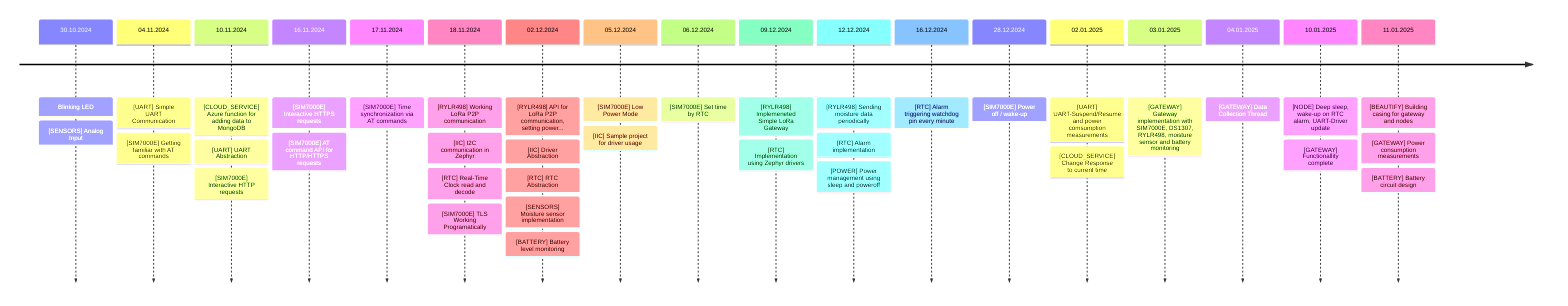
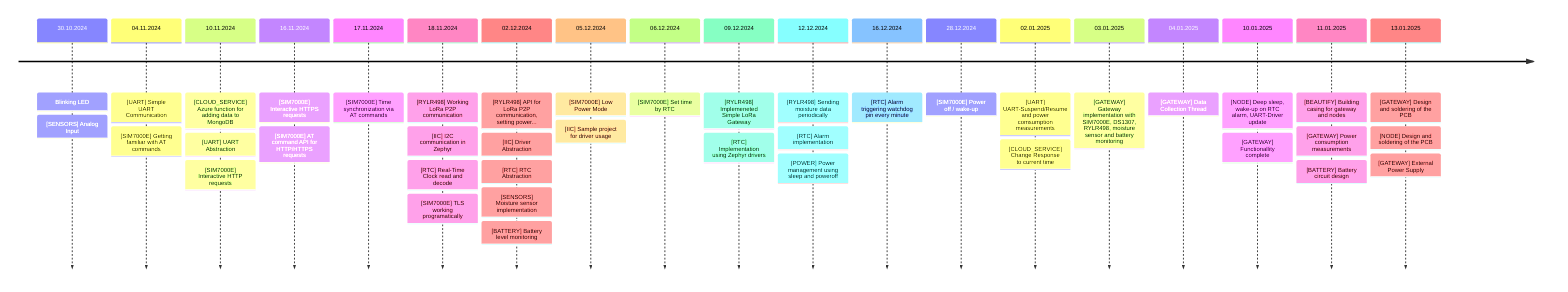
timeline
    30.10.2024  : Blinking LED
                : [SENSORS] Analog Input
    04.11.2024  : [UART] Simple UART Communication
                : [SIM7000E] Getting familiar with AT commands
    10.11.2024  : [CLOUD_SERVICE] Azure function for adding data to MongoDB
                : [UART] UART Abstraction
                : [SIM7000E] Interactive HTTP requests
    16.11.2024  : [SIM7000E] Interactive HTTPS requests
                : [SIM7000E] AT command API for HTTP/HTTPS requests
    17.11.2024  : [SIM7000E] Time synchronization via AT commands
    18.11.2024  : [RYLR498] Working LoRa P2P communication
                : [IIC] I2C communication in Zephyr
                : [RTC] Real-Time Clock read and decode
-                 : [SIM7000E] TLS Working Programatically
+                 : [SIM7000E] TLS working programatically
    02.12.2024  : [RYLR498] API for LoRa P2P communication, setting power...
                : [IIC] Driver Abstraction
                : [RTC] RTC Abstraction
                : [SENSORS] Moisture sensor implementation
                : [BATTERY] Battery level monitoring
    05.12.2024  : [SIM7000E] Low Power Mode
                : [IIC] Sample project for driver usage
    06.12.2024  : [SIM7000E] Set time by RTC
    09.12.2024  : [RYLR498] Implemeneted Simple LoRa Gateway
                : [RTC] Implementation using Zephyr drivers
    12.12.2024  : [RYLR498] Sending moisture data periodically
                : [RTC] Alarm implementation
                : [POWER] Power management using sleep and poweroff
    16.12.2024  : [RTC] Alarm triggering watchdog pin every minute
    28.12.2024  : [SIM7000E] Power off / wake-up
    02.01.2025  : [UART] UART-Suspend/Resume and power comsumption measurements
                : [CLOUD_SERVICE] Change Response to current time
    03.01.2025  : [GATEWAY] Gateway implementation with SIM7000E, DS1307, RYLR498, moisture sensor and battery monitoring
    04.01.2025  : [GATEWAY] Data Collection Thread
    10.01.2025  : [NODE] Deep sleep, wake-up on RTC alarm, UART-Driver update
                : [GATEWAY] Functionallity complete
    11.01.2025  : [BEAUTIFY] Building casing for gateway and nodes
                : [GATEWAY] Power consumption measurements
                : [BATTERY] Battery circuit design
+     13.01.2025  : [GATEWAY] Design and soldering of the PCB
+                 : [NODE] Design and soldering of the PCB
+                 : [GATEWAY] External Power Supply



